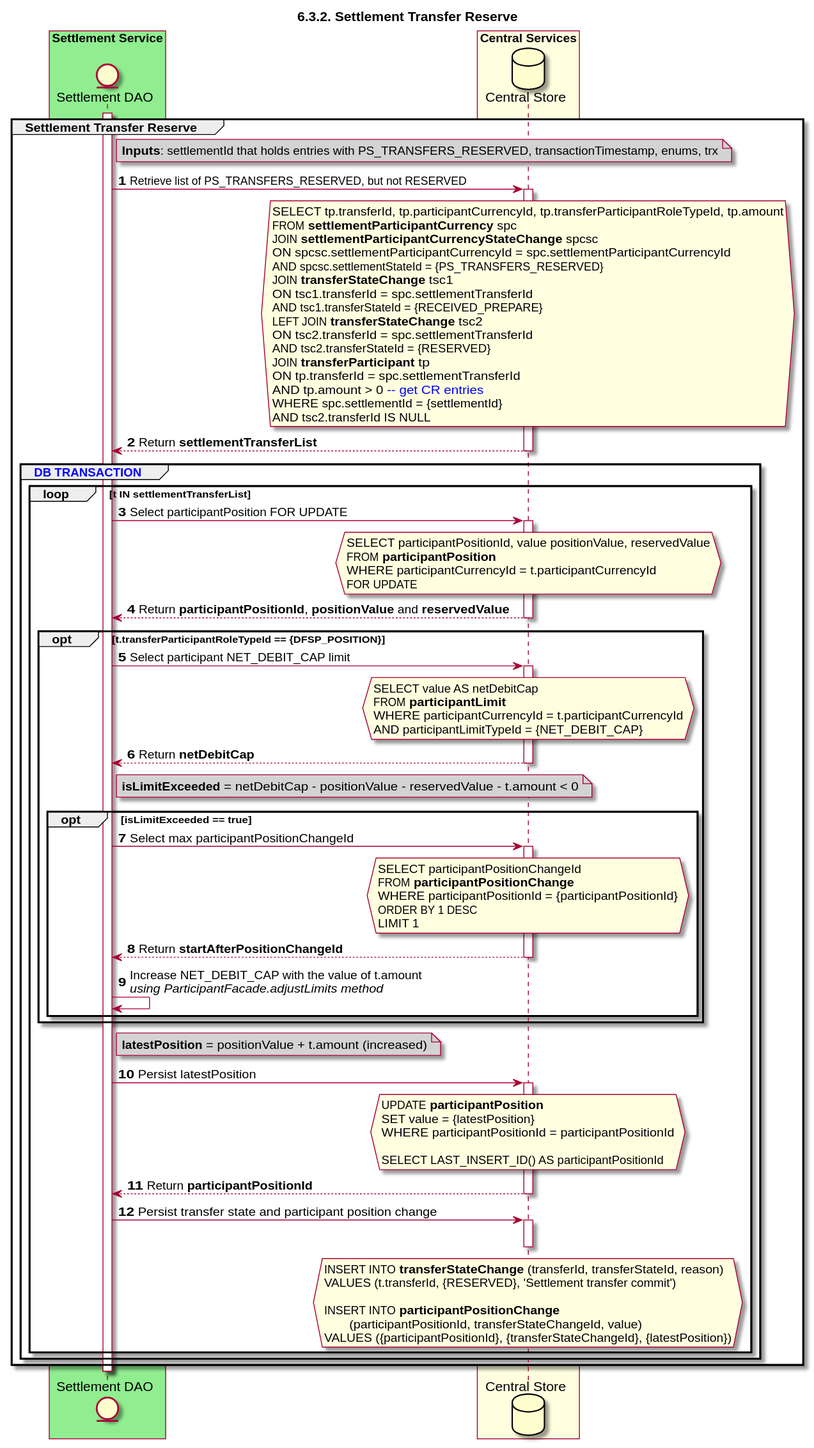
Above: Diagrams/SequenceDiagrams/seq-settransfer-6.3.2-reserve.svg in ggrg/docs (PlantUML), before the change. Source of this version:
```plantuml
@startuml
title 6.3.2. Settlement Transfer Reserve
autonumber

entity "Settlement DAO" as SETTLE_DAO
database "Central Store" as DB

box "Settlement Service" #lightgreen
    participant SETTLE_DAO
end box

box "Central Services" #lightyellow
    participant DB
end box

activate SETTLE_DAO
group Settlement Transfer Reserve
    note right of SETTLE_DAO #lightgray
        **Inputs**: settlementId that holds entries with PS_TRANSFERS_RESERVED, transactionTimestamp, enums, trx
    end note
    SETTLE_DAO -> DB: Retrieve list of PS_TRANSFERS_RESERVED, but not RESERVED
    activate DB
    hnote over DB #lightyellow
        SELECT tp.transferId, tp.participantCurrencyId, tp.transferParticipantRoleTypeId, tp.amount
        FROM **settlementParticipantCurrency** spc
        JOIN **settlementParticipantCurrencyStateChange** spcsc
        ON spcsc.settlementParticipantCurrencyId = spc.settlementParticipantCurrencyId
        AND spcsc.settlementStateId = {PS_TRANSFERS_RESERVED}
        JOIN **transferStateChange** tsc1
        ON tsc1.transferId = spc.settlementTransferId
        AND tsc1.transferStateId = {RECEIVED_PREPARE}
        LEFT JOIN **transferStateChange** tsc2
        ON tsc2.transferId = spc.settlementTransferId
        AND tsc2.transferStateId = {RESERVED}
        JOIN **transferParticipant** tp
        ON tp.transferId = spc.settlementTransferId
        AND tp.amount > 0 <color #blue>-- get CR entries</color>
        WHERE spc.settlementId = {settlementId}
        AND tsc2.transferId IS NULL
    end hnote
    DB --> SETTLE_DAO: Return **settlementTransferList**
    deactivate DB
    group <color #blue>DB TRANSACTION</color>
        loop t IN settlementTransferList
            SETTLE_DAO -> DB: Select participantPosition FOR UPDATE
            activate DB
            hnote over DB #lightyellow
                SELECT participantPositionId, value positionValue, reservedValue
                FROM **participantPosition**
                WHERE participantCurrencyId = t.participantCurrencyId
                FOR UPDATE
            end note
            DB --> SETTLE_DAO: Return **participantPositionId**, **positionValue** and **reservedValue**
            deactivate DB

            opt t.transferParticipantRoleTypeId == {DFSP_POSITION}
                SETTLE_DAO -> DB: Select participant NET_DEBIT_CAP limit
                activate DB
                hnote over DB #lightyellow
                    SELECT value AS netDebitCap
                    FROM **participantLimit**
                    WHERE participantCurrencyId = t.participantCurrencyId
                    AND participantLimitTypeId = {NET_DEBIT_CAP}
                end note
                DB --> SETTLE_DAO: Return **netDebitCap**
                deactivate DB
                note right of SETTLE_DAO #lightgray
                    **isLimitExceeded** = netDebitCap - positionValue - reservedValue - t.amount < 0
                end note

                opt isLimitExceeded == true
                    SETTLE_DAO -> DB: Select max participantPositionChangeId
                    activate DB
                    hnote over DB #lightyellow
                        SELECT participantPositionChangeId
                        FROM **participantPositionChange**
                        WHERE participantPositionId = {participantPositionId}
                        ORDER BY 1 DESC
                        LIMIT 1
                    end note
                    DB --> SETTLE_DAO: Return **startAfterPositionChangeId**
                    deactivate DB

                    SETTLE_DAO->SETTLE_DAO: Increase NET_DEBIT_CAP with the value of t.amount\n//using ParticipantFacade.adjustLimits method//
                end
            end

            note right of SETTLE_DAO #lightgray
                **latestPosition** = positionValue + t.amount (increased)
            end note

            SETTLE_DAO->DB: Persist latestPosition
            activate DB
            hnote over DB #lightyellow
                UPDATE **participantPosition**
                SET value = {latestPosition}
                WHERE participantPositionId = participantPositionId

                SELECT LAST_INSERT_ID() AS participantPositionId
            end note
            DB-->SETTLE_DAO: Return **participantPositionId**
            deactivate DB

            deactivate DB
            SETTLE_DAO -> DB: Persist transfer state and participant position change
            hnote over DB #lightyellow
                INSERT INTO **transferStateChange** (transferId, transferStateId, reason)
                VALUES (t.transferId, {RESERVED}, 'Settlement transfer commit')

                INSERT INTO **participantPositionChange**
                       (participantPositionId, transferStateChangeId, value)
                VALUES ({participantPositionId}, {transferStateChangeId}, {latestPosition})
            end note
            activate DB
            deactivate DB
        end
    end
end
deactivate SETTLE_DAO

@enduml
```
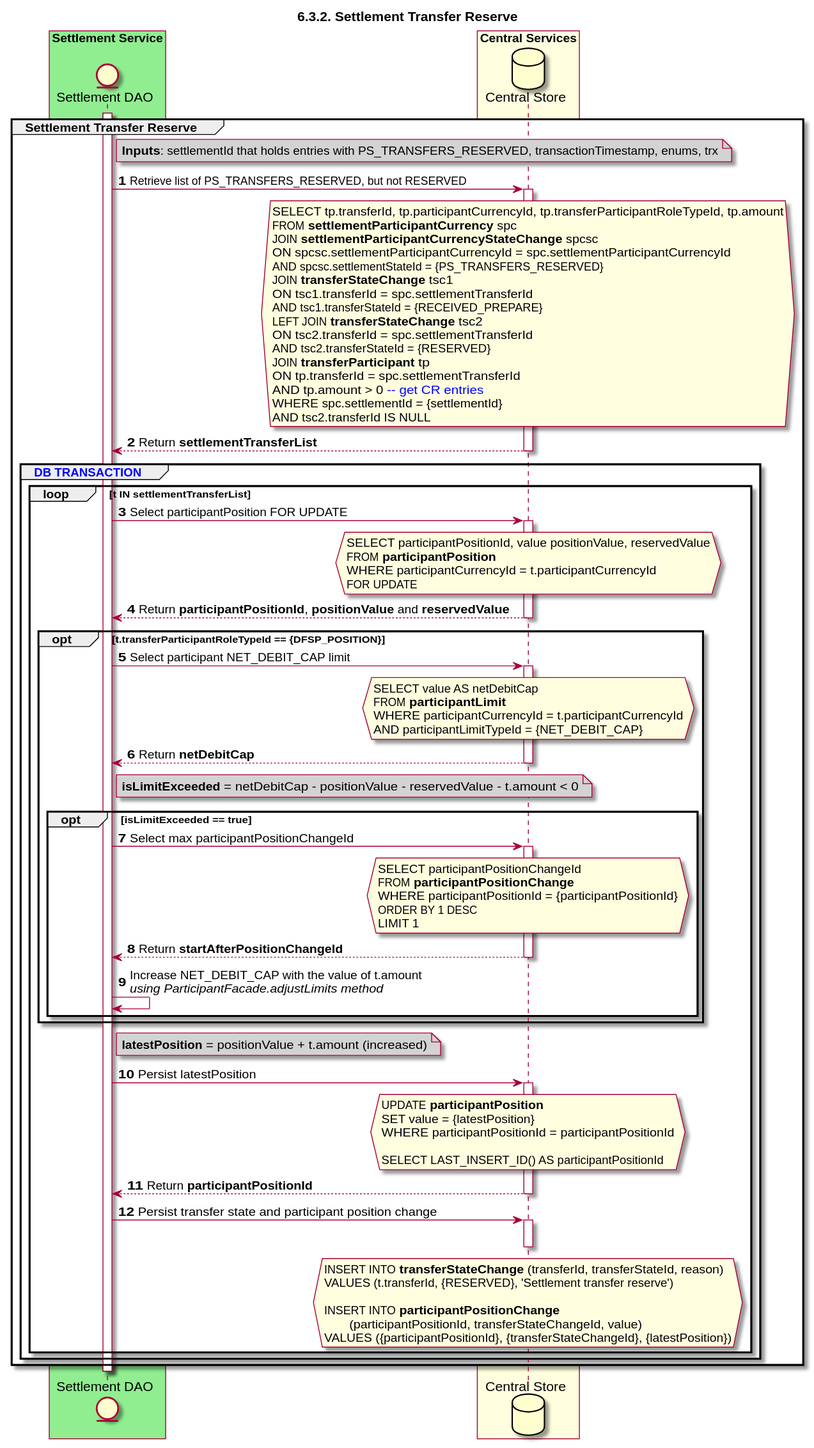
After the commit.

Diff of the diagram source:
```diff
@@ -105,7 +105,7 @@
             SETTLE_DAO -> DB: Persist transfer state and participant position change
             hnote over DB #lightyellow
                 INSERT INTO **transferStateChange** (transferId, transferStateId, reason)
-                VALUES (t.transferId, {RESERVED}, 'Settlement transfer commit')
+                VALUES (t.transferId, {RESERVED}, 'Settlement transfer reserve')
 
                 INSERT INTO **participantPositionChange**
                        (participantPositionId, transferStateChangeId, value)
```
